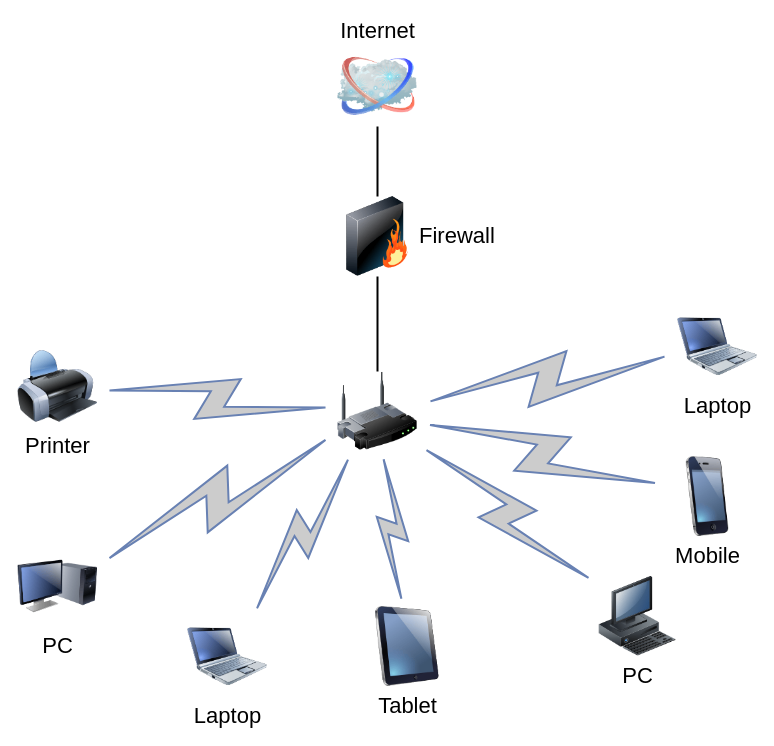
Earlier version of the draw.io diagram Untitled Diagram.drawio (eggzone/blog). Source tidied: cells renumbered, new cells numbered last; positions are measured from the earlier drawing's top-left corner, leaving out a move shared by most shapes. Both pictures are drawn from the tidied source at 100%, with x=0, y=0 at pixel (17, 46).
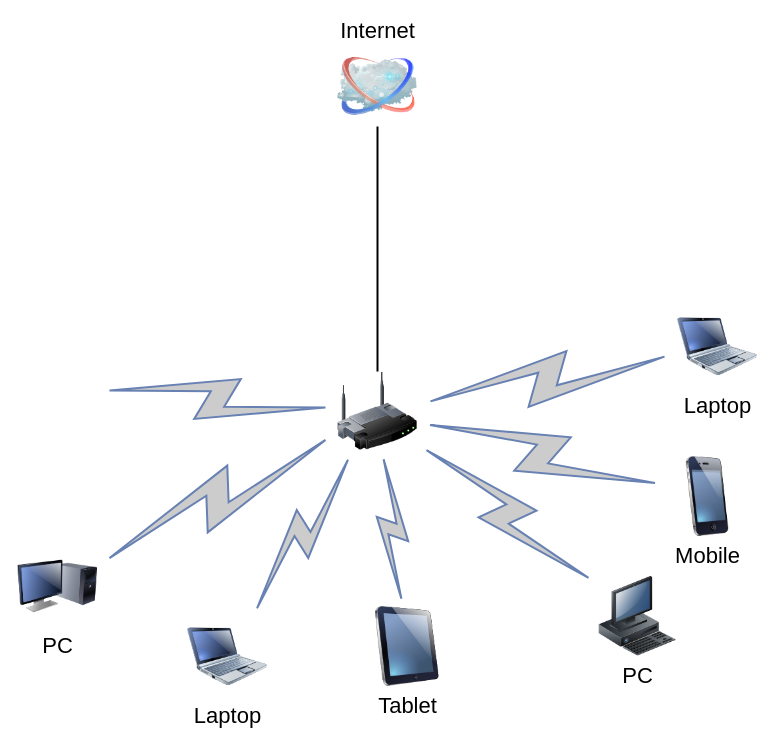
The same page after the edit.

The change refers to these unchanged cells:
```xml
<mxCell id="3" style="image;html=1;labelBackgroundColor=#ffffff;image=img/lib/clip_art/networking/Wireless_Router_128x128.png;rounded=1;shadow=0;comic=0;strokeWidth=2;fontSize=22;" parent="1" vertex="1">
  <mxGeometry x="320" y="325" width="80" height="80" as="geometry" />
</mxCell>
<mxCell id="4" value="Internet" style="image;html=1;labelBackgroundColor=#ffffff;image=img/lib/clip_art/networking/Cloud_128x128.png;rounded=1;shadow=0;comic=0;strokeWidth=2;fontSize=22;labelPosition=center;verticalLabelPosition=top;align=center;verticalAlign=bottom;" parent="1" vertex="1">
  <mxGeometry x="320" width="80" height="80" as="geometry" />
</mxCell>
```

Diff of the diagram source:
```diff
@@
-    <mxCell id="2" style="edgeStyle=none;rounded=0;html=1;labelBackgroundColor=none;endArrow=none;strokeWidth=2;fontFamily=Verdana;fontSize=22;" parent="1" edge="1" source="3" target="6">
+    <mxCell id="2" style="edgeStyle=none;rounded=0;html=1;labelBackgroundColor=none;endArrow=none;strokeWidth=2;fontFamily=Verdana;fontSize=22;" parent="1" edge="1" source="3" target="4">
       <mxGeometry relative="1" as="geometry" />
     </mxCell>
@@
-    <mxCell id="5" style="edgeStyle=none;rounded=0;html=1;labelBackgroundColor=none;endArrow=none;strokeWidth=2;fontFamily=Verdana;fontSize=22;" parent="1" edge="1" source="6" target="4">
-      <mxGeometry relative="1" as="geometry" />
-    </mxCell>
-    <mxCell id="6" value="Firewall" style="image;html=1;labelBackgroundColor=#ffffff;image=img/lib/clip_art/networking/Firewall_128x128.png;rounded=1;shadow=0;comic=0;strokeWidth=2;fontSize=22;labelPosition=right;verticalLabelPosition=middle;align=left;verticalAlign=middle;" parent="1" vertex="1">
-      <mxGeometry x="320" y="150" width="80" height="80" as="geometry" />
-    </mxCell>
@@
-    <mxCell id="9" value="Printer" style="image;html=1;labelBackgroundColor=#ffffff;image=img/lib/clip_art/computers/Printer_128x128.png;rounded=1;shadow=0;comic=0;strokeWidth=2;fontSize=22;" parent="1" vertex="1">
-      <mxGeometry y="300" width="80" height="80" as="geometry" />
-    </mxCell>
@@
-    <mxCell id="14" style="html=1;fillColor=#CCCCCC;strokeColor=#6881B3;gradientColor=none;gradientDirection=north;strokeWidth=2;shape=mxgraph.networks.comm_link_edge;html=1;labelBackgroundColor=none;endArrow=none;fontFamily=Verdana;fontSize=22;fontColor=#000000;" parent="1" edge="1" source="9" target="3">
-      <mxGeometry relative="1" as="geometry" />
+    <mxCell id="14" style="html=1;fillColor=#CCCCCC;strokeColor=#6881B3;gradientColor=none;gradientDirection=north;strokeWidth=2;shape=mxgraph.networks.comm_link_edge;html=1;labelBackgroundColor=none;endArrow=none;fontFamily=Verdana;fontSize=22;fontColor=#000000;" parent="1" edge="1" target="3">
+      <mxGeometry relative="1" as="geometry">
+        <mxPoint x="80" y="343.1" as="sourcePoint" />
+      </mxGeometry>
     </mxCell>
```
